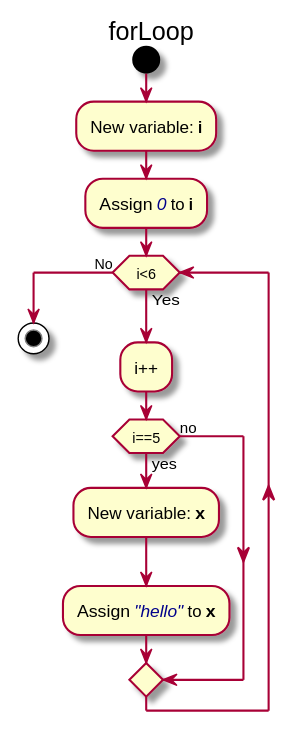
Earlier version of the PlantUML export Java-documentator/Documentation/images/Method_forLoop_diagram.svg (afmoyar/Java-Documentator). Its diagram source:
```plantuml
@startuml
title forLoop
start
:New variable: <b>i</b>;
:Assign <color:darkblue><i>0</i></color> to <b>i</b>;
while (i<6) is (Yes)
:i++;
if (i==5) then (yes)
:New variable: <b>x</b>;
:Assign <color:darkblue><i>"hello"</i></color> to <b>x</b>;
else (no)
endif
endwhile (No)
stop
@enduml
```
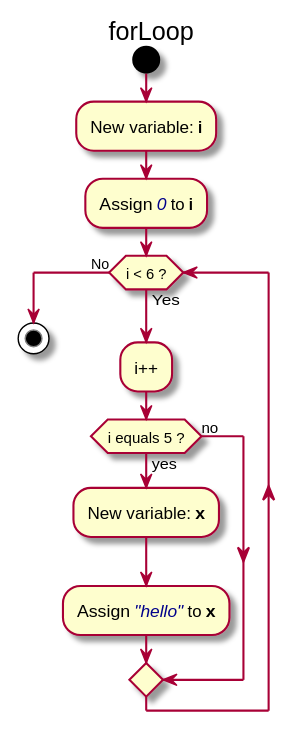
After the change.

The edit, as a diff of the source:
```diff
@@ -3,9 +3,9 @@
 start
 :New variable: <b>i</b>;
 :Assign <color:darkblue><i>0</i></color> to <b>i</b>;
-while (i<6) is (Yes)
+while (i < 6 ?) is (Yes)
 :i++;
-if (i==5) then (yes)
+if (i equals 5 ?) then (yes)
 :New variable: <b>x</b>;
 :Assign <color:darkblue><i>"hello"</i></color> to <b>x</b>;
 else (no)
```
